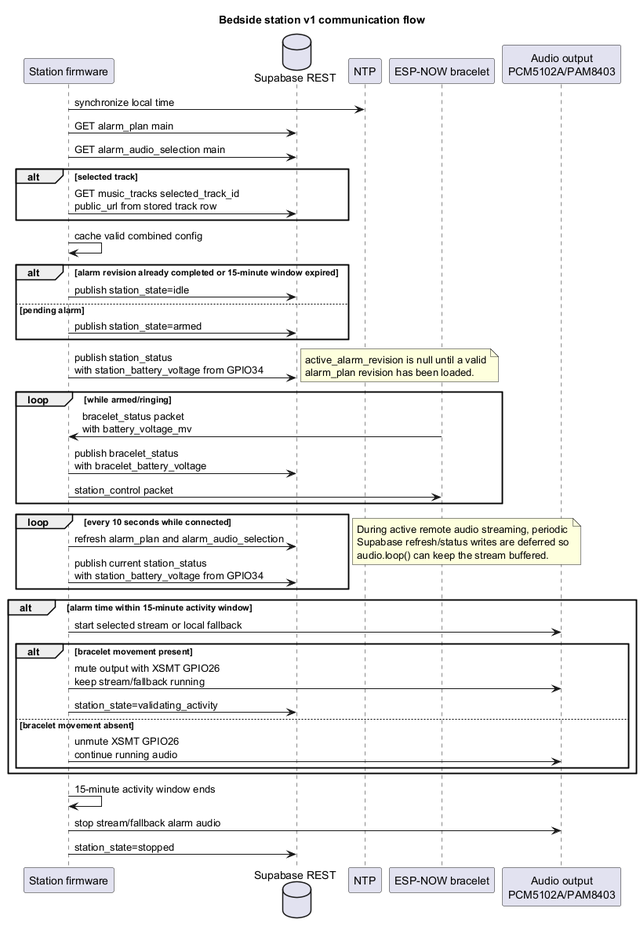
Jzn-wbr/Starter keeps this PlantUML diagram as code/boite hp/UML/communication_flow.png. Above is the earlier version. The source it was exported from:
```plantuml
@startuml
title Bedside station v1 communication flow

participant "Station firmware" as Station
database "Supabase REST" as Supabase
participant "NTP" as Ntp
participant "ESP-NOW bracelet" as Bracelet
participant "Audio output\nPCM5102A/PAM8403" as Audio

Station -> Ntp : synchronize local time
Station -> Supabase : GET alarm_plan main
Station -> Supabase : GET alarm_audio_selection main
alt selected track
  Station -> Supabase : GET music_tracks selected_track_id\npublic_url from stored track row
end
Station -> Station : cache valid combined config
alt alarm revision already completed or 15-minute window expired
  Station -> Supabase : publish station_state=idle
else pending alarm
  Station -> Supabase : publish station_state=armed
end
Station -> Supabase : publish station_status\nwith station_battery_voltage from GPIO34
note right
  active_alarm_revision is null until a valid
  alarm_plan revision has been loaded.
end note

loop while armed/ringing
  Bracelet -> Station : bracelet_status packet\nwith battery_voltage_mv
  Station -> Supabase : publish bracelet_status\nwith bracelet_battery_voltage
  Station -> Bracelet : station_control packet
end

loop every 10 seconds while connected
  Station -> Supabase : refresh alarm_plan and alarm_audio_selection
  Station -> Supabase : publish current station_status\nwith station_battery_voltage from GPIO34
end
note right
  During active remote audio streaming, periodic
  Supabase refresh/status writes are deferred so
  audio.loop() can keep the stream buffered.
end note

alt alarm time within 15-minute activity window
  Station -> Audio : start selected stream or local fallback
  alt bracelet movement present
    Station -> Audio : mute output with XSMT GPIO26\nkeep stream/fallback running
    Station -> Supabase : station_state=validating_activity
  else bracelet movement absent
    Station -> Audio : unmute XSMT GPIO26\ncontinue running audio
  end
end

Station -> Station : 15-minute activity window ends
Station -> Audio : stop stream/fallback alarm audio
Station -> Supabase : station_state=stopped

@enduml
```
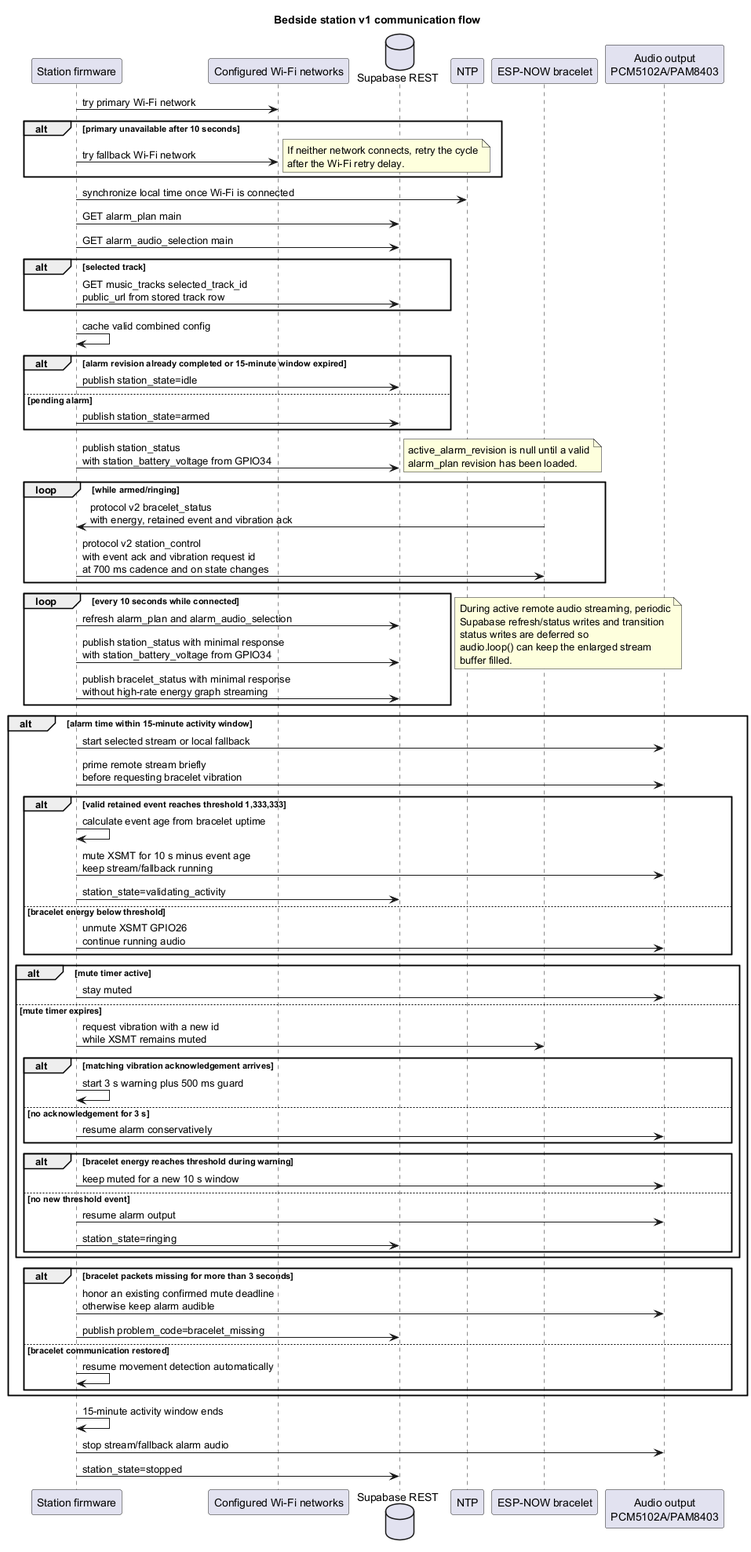
The same diagram one commit later.

The edit, as a diff of the source:
```diff
@@ -2,12 +2,21 @@
 title Bedside station v1 communication flow
 
 participant "Station firmware" as Station
+participant "Configured Wi-Fi networks" as Wifi
 database "Supabase REST" as Supabase
 participant "NTP" as Ntp
 participant "ESP-NOW bracelet" as Bracelet
 participant "Audio output\nPCM5102A/PAM8403" as Audio
 
-Station -> Ntp : synchronize local time
+Station -> Wifi : try primary Wi-Fi network
+alt primary unavailable after 10 seconds
+  Station -> Wifi : try fallback Wi-Fi network
+  note right
+    If neither network connects, retry the cycle
+    after the Wi-Fi retry delay.
+  end note
+end
+Station -> Ntp : synchronize local time once Wi-Fi is connected
 Station -> Supabase : GET alarm_plan main
 Station -> Supabase : GET alarm_audio_selection main
 alt selected track
@@ -26,28 +35,54 @@
 end note
 
 loop while armed/ringing
-  Bracelet -> Station : bracelet_status packet\nwith battery_voltage_mv
-  Station -> Supabase : publish bracelet_status\nwith bracelet_battery_voltage
-  Station -> Bracelet : station_control packet
+  Bracelet -> Station : protocol v2 bracelet_status\nwith energy, retained event and vibration ack
+  Station -> Bracelet : protocol v2 station_control\nwith event ack and vibration request id\nat 700 ms cadence and on state changes
 end
 
 loop every 10 seconds while connected
   Station -> Supabase : refresh alarm_plan and alarm_audio_selection
-  Station -> Supabase : publish current station_status\nwith station_battery_voltage from GPIO34
+  Station -> Supabase : publish station_status with minimal response\nwith station_battery_voltage from GPIO34
+  Station -> Supabase : publish bracelet_status with minimal response\nwithout high-rate energy graph streaming
 end
 note right
   During active remote audio streaming, periodic
-  Supabase refresh/status writes are deferred so
-  audio.loop() can keep the stream buffered.
+  Supabase refresh/status writes and transition
+  status writes are deferred so
+  audio.loop() can keep the enlarged stream
+  buffer filled.
 end note
 
 alt alarm time within 15-minute activity window
   Station -> Audio : start selected stream or local fallback
-  alt bracelet movement present
-    Station -> Audio : mute output with XSMT GPIO26\nkeep stream/fallback running
+  Station -> Audio : prime remote stream briefly\nbefore requesting bracelet vibration
+  alt valid retained event reaches threshold 1,333,333
+    Station -> Station : calculate event age from bracelet uptime
+    Station -> Audio : mute XSMT for 10 s minus event age\nkeep stream/fallback running
     Station -> Supabase : station_state=validating_activity
-  else bracelet movement absent
+  else bracelet energy below threshold
     Station -> Audio : unmute XSMT GPIO26\ncontinue running audio
+  end
+  alt mute timer active
+    Station -> Audio : stay muted
+  else mute timer expires
+    Station -> Bracelet : request vibration with a new id\nwhile XSMT remains muted
+    alt matching vibration acknowledgement arrives
+      Station -> Station : start 3 s warning plus 500 ms guard
+    else no acknowledgement for 3 s
+      Station -> Audio : resume alarm conservatively
+    end
+    alt bracelet energy reaches threshold during warning
+      Station -> Audio : keep muted for a new 10 s window
+    else no new threshold event
+    Station -> Audio : resume alarm output
+    Station -> Supabase : station_state=ringing
+    end
+  end
+  alt bracelet packets missing for more than 3 seconds
+    Station -> Audio : honor an existing confirmed mute deadline\notherwise keep alarm audible
+    Station -> Supabase : publish problem_code=bracelet_missing
+  else bracelet communication restored
+    Station -> Station : resume movement detection automatically
   end
 end
 
```
